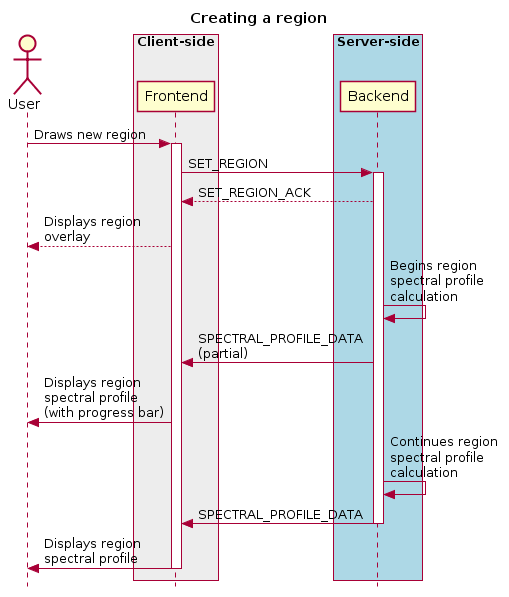
Earlier version of the PlantUML export docs/images/image13.png (CARTAvis/carta-protobuf). Source of this version:
```plantuml
@startuml
skinparam style strictuml
hide footbox
title Creating a region

actor User
box "Client-side" #EDEDED
        participant Frontend
end box

box "Server-side" #lightblue
	participant Backend
end box
User -> Frontend: Draws new region
activate Frontend
Frontend -> Backend : SET_REGION
activate Backend
Frontend <-- Backend : SET_REGION_ACK
User <-- Frontend: Displays region\noverlay
Backend <- Backend : Begins region\nspectral profile\ncalculation
Frontend <- Backend : SPECTRAL_PROFILE_DATA\n(partial)
User <- Frontend : Displays region\nspectral profile\n(with progress bar)
Backend <- Backend : Continues region\nspectral profile\ncalculation
Frontend <- Backend : SPECTRAL_PROFILE_DATA
deactivate Backend
User <- Frontend : Displays region\nspectral profile
deactivate Frontend
@enduml
```
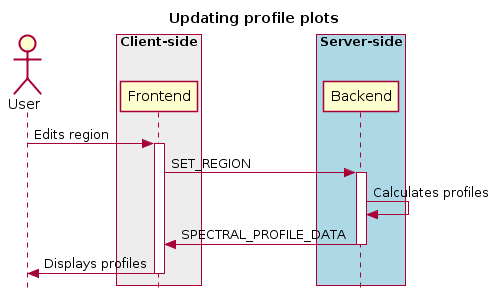
Above is the later version.

The edit, as a diff of the source:
```diff
@@ -1,7 +1,7 @@
 @startuml
 skinparam style strictuml
 hide footbox
-title Creating a region
+title Updating profile plots
 
 actor User
 box "Client-side" #EDEDED
@@ -11,18 +11,13 @@
 box "Server-side" #lightblue
 	participant Backend
 end box
-User -> Frontend: Draws new region
+User -> Frontend: Edits region
 activate Frontend
 Frontend -> Backend : SET_REGION
 activate Backend
-Frontend <-- Backend : SET_REGION_ACK
-User <-- Frontend: Displays region\noverlay
-Backend <- Backend : Begins region\nspectral profile\ncalculation
-Frontend <- Backend : SPECTRAL_PROFILE_DATA\n(partial)
-User <- Frontend : Displays region\nspectral profile\n(with progress bar)
-Backend <- Backend : Continues region\nspectral profile\ncalculation
+Backend <- Backend : Calculates profiles
 Frontend <- Backend : SPECTRAL_PROFILE_DATA
 deactivate Backend
-User <- Frontend : Displays region\nspectral profile
+User <- Frontend : Displays profiles
 deactivate Frontend
 @enduml
```
